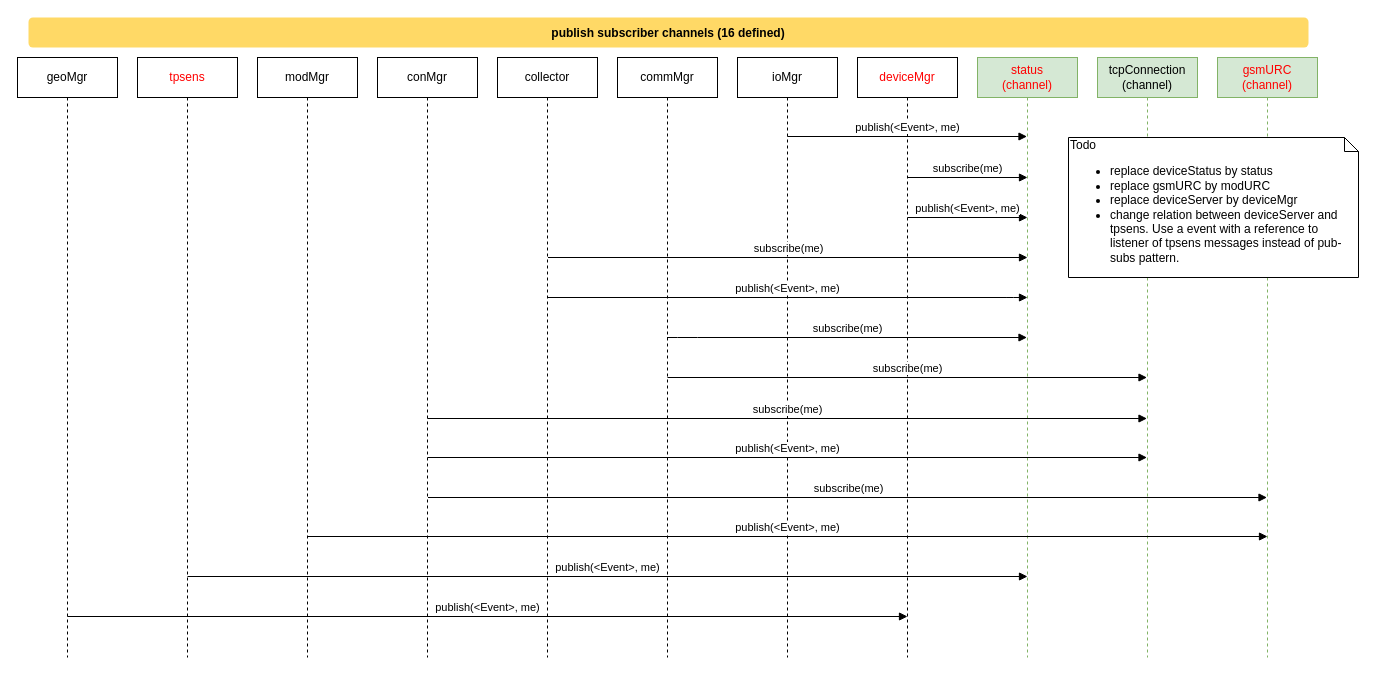
vortexmakes/AgroIoT keeps this draw.io diagram as page "databus channels" (2 of 4) of models/structure-interaction/collector.drawio. Above is the earlier version. Source tidied: cells renumbered, new cells numbered last; positions are measured from the earlier drawing's top-left corner, leaving out a move shared by most shapes. Both pictures are drawn from the tidied source at 100%, with x=0, y=0 at pixel (17, 17).
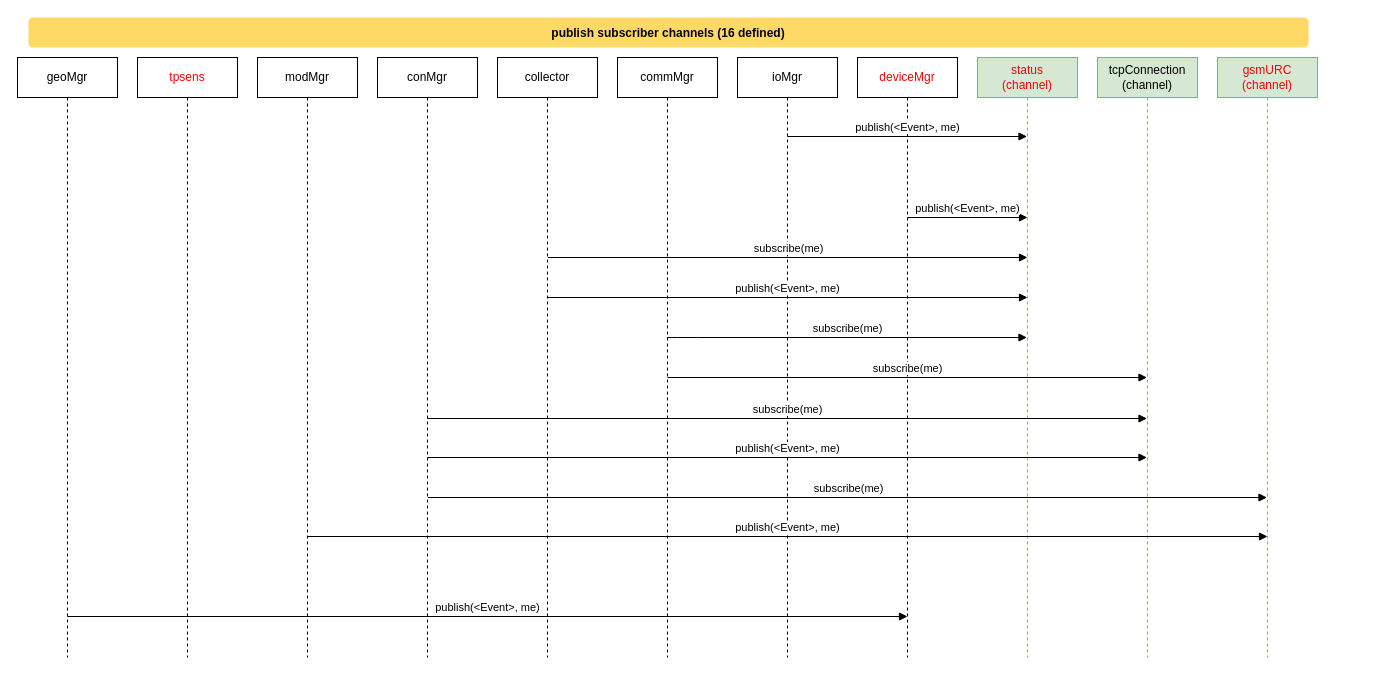
Above is the later version.

Commit message (it also covers changes not shown here):
Working on DeviceMgr

What changed in the source:
```diff
@@
-    <mxCell id="20" value="publish(&amp;lt;Event&amp;gt;, me)" style="html=1;verticalAlign=bottom;endArrow=block;" parent="1" edge="1">
-      <mxGeometry relative="1" as="geometry">
-        <mxPoint x="170" y="559" as="sourcePoint" />
-        <mxPoint x="1010" y="559" as="targetPoint" />
-      </mxGeometry>
-    </mxCell>
-    <mxCell id="21" value="Todo&lt;br&gt;&lt;ul&gt;&lt;li&gt;replace deviceStatus by status&lt;/li&gt;&lt;li&gt;replace gsmURC by modURC&lt;/li&gt;&lt;li&gt;replace deviceServer by deviceMgr&lt;/li&gt;&lt;li&gt;change relation between deviceServer and tpsens. Use a event with a reference to listener of tpsens messages instead of pub-subs pattern.&lt;/li&gt;&lt;/ul&gt;" style="shape=note;whiteSpace=wrap;html=1;size=14;verticalAlign=top;align=left;spacingTop=-6;" parent="1" vertex="1">
-      <mxGeometry x="1051" y="120" width="290" height="140" as="geometry" />
-    </mxCell>
-    <mxCell id="22" value="subscribe(me)" style="html=1;verticalAlign=bottom;endArrow=block;" parent="1" edge="1">
-      <mxGeometry relative="1" as="geometry">
-        <mxPoint x="890" y="160" as="sourcePoint" />
-        <mxPoint x="1010" y="160" as="targetPoint" />
-      </mxGeometry>
-    </mxCell>
```
